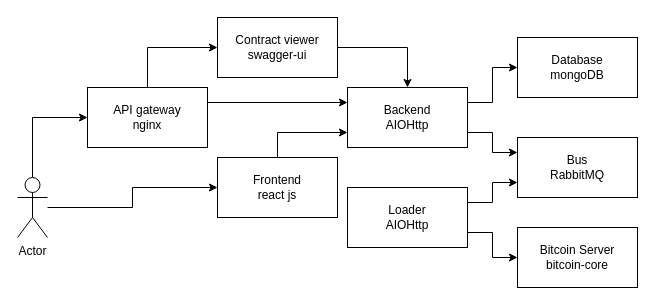
This is architecture.drawio from mas-student/softwarearchitect-2019-11-explorer, a draw.io file, before an edit. Source tidied: cells renumbered, new cells numbered last; positions are measured from the earlier drawing's top-left corner, leaving out a move shared by most shapes. Both pictures are drawn from the tidied source at 100%, with x=0, y=0 at pixel (17, 17).
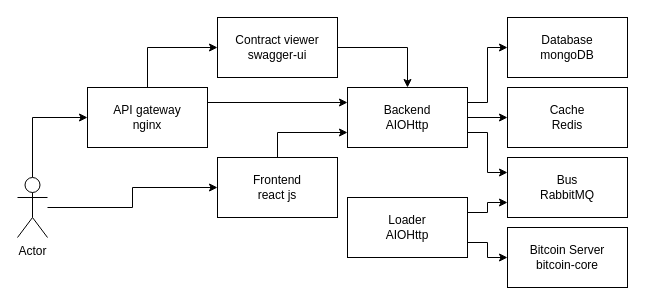
After the change.

Unchanged cells that the change refers to:
```xml
<mxCell id="9" value="&lt;div&gt;Backend&lt;/div&gt;&lt;div&gt;AIOHttp&lt;br&gt;&lt;/div&gt;" style="rounded=0;whiteSpace=wrap;html=1;" parent="1" vertex="1">
  <mxGeometry x="330" y="70" width="120" height="60" as="geometry" />
</mxCell>
```

Diff of the diagram source:
```diff
@@
+    <mxCell id="21" style="edgeStyle=orthogonalEdgeStyle;rounded=0;jettySize=auto;html=1;exitX=1;exitY=0.5;exitDx=0;exitDy=0;entryX=0;entryY=0.5;entryDx=0;entryDy=0;" parent="1" edge="1" source="9" target="22">
+      <mxGeometry relative="1" as="geometry" />
+    </mxCell>
@@
     <mxCell id="13" value="&lt;div&gt;Database&lt;/div&gt;&lt;div&gt;mongoDB&lt;br&gt;&lt;/div&gt;" style="rounded=0;whiteSpace=wrap;html=1;" parent="1" vertex="1">
-      <mxGeometry x="500" y="20" width="120" height="60" as="geometry" />
+      <mxGeometry x="490" width="120" height="60" as="geometry" />
     </mxCell>
     <mxCell id="14" value="&lt;div&gt;B&lt;span&gt;us&lt;/span&gt;&lt;/div&gt;&lt;div&gt;RabbitMQ&lt;/div&gt;" style="rounded=0;whiteSpace=wrap;html=1;" parent="1" vertex="1">
-      <mxGeometry x="500" y="120" width="120" height="60" as="geometry" />
+      <mxGeometry x="490" y="140" width="120" height="60" as="geometry" />
     </mxCell>
@@
     <mxCell id="17" value="&lt;div&gt;&lt;span&gt;Loader&lt;/span&gt;&lt;/div&gt;&lt;div&gt;AIOHttp&lt;br&gt;&lt;/div&gt;" style="rounded=0;whiteSpace=wrap;html=1;" parent="1" vertex="1">
-      <mxGeometry x="330" y="170" width="120" height="60" as="geometry" />
+      <mxGeometry x="330" y="180" width="120" height="60" as="geometry" />
     </mxCell>
     <mxCell id="18" value="&lt;div&gt;Bitcoin Server&lt;br&gt;&lt;/div&gt;&lt;div&gt;bitcoin-core&lt;/div&gt;" style="rounded=0;whiteSpace=wrap;html=1;" parent="1" vertex="1">
-      <mxGeometry x="500" y="210" width="120" height="60" as="geometry" />
+      <mxGeometry x="490" y="210" width="120" height="60" as="geometry" />
     </mxCell>
@@
+    <mxCell id="22" value="&lt;div&gt;Cache&lt;/div&gt;&lt;div&gt;Redis&lt;/div&gt;" style="rounded=0;whiteSpace=wrap;html=1;" parent="1" vertex="1">
+      <mxGeometry x="490" y="70" width="120" height="60" as="geometry" />
+    </mxCell>
```
